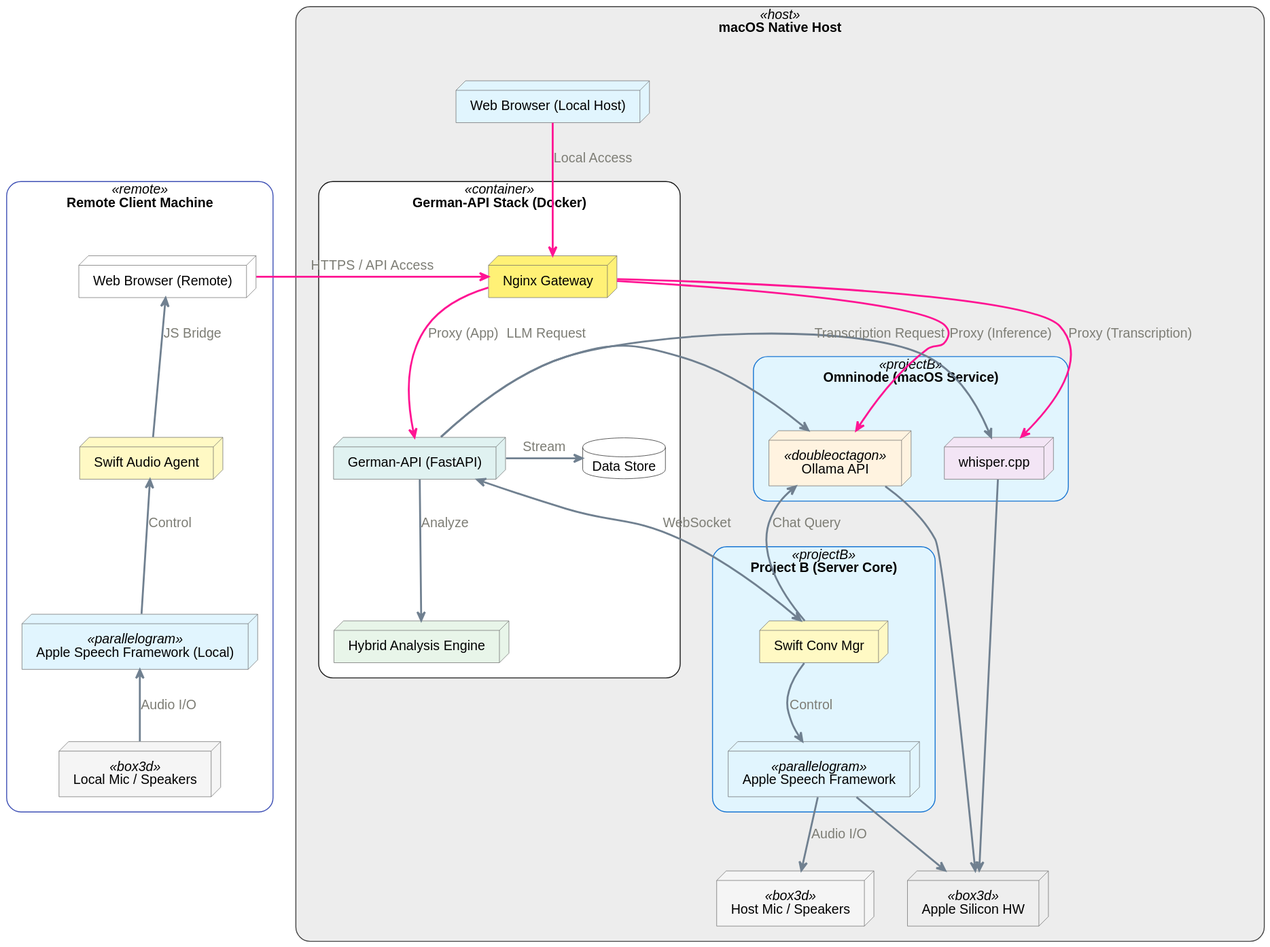
mi-parkes/visualization keeps this PlantUML diagram as plantuml/OmniLingua.svg. Above is the earlier version.
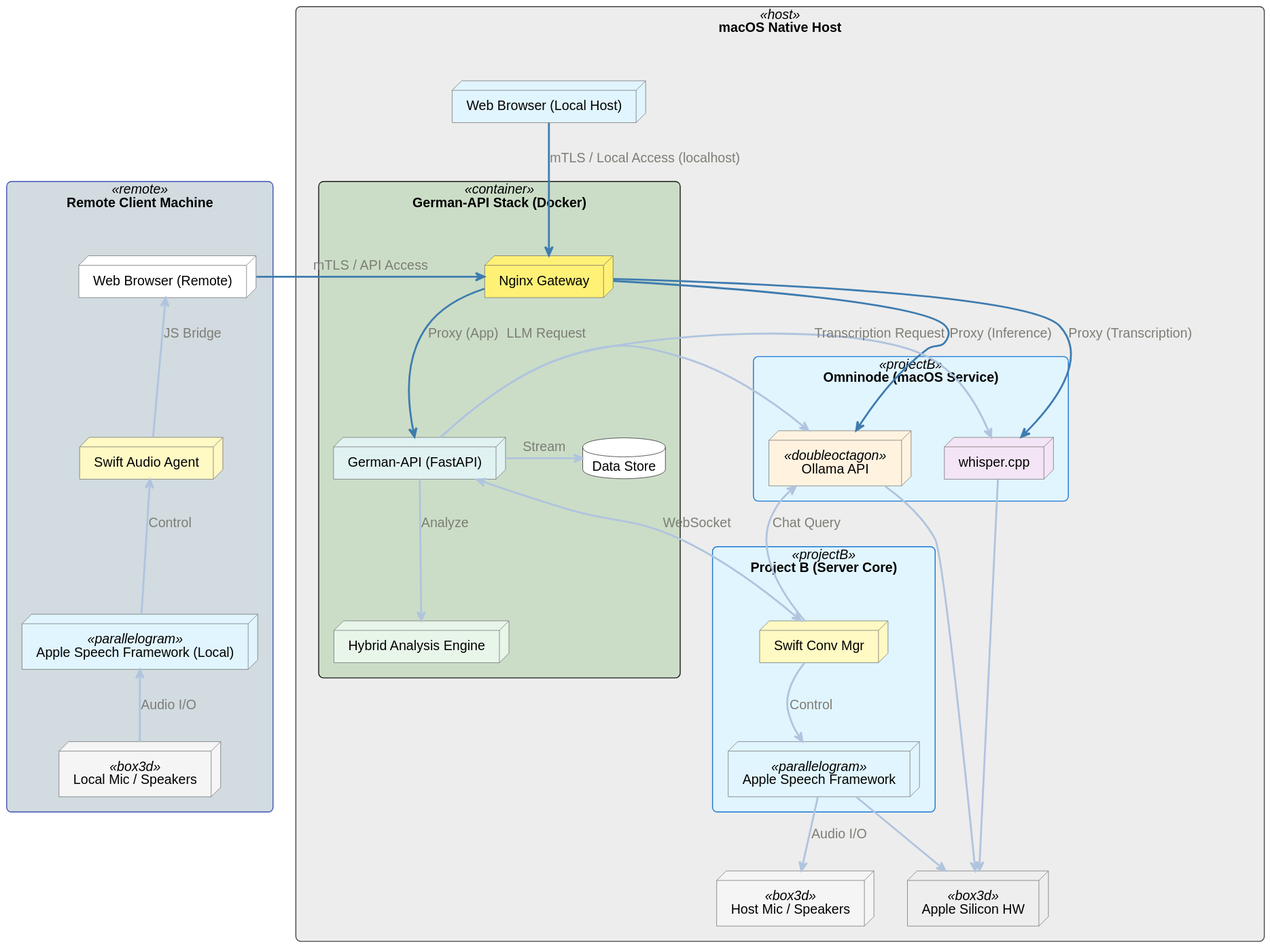
Above is the later version.

Commit message:
docs: update OmniLingua diagram with mTLS Nginx Gateway setup

Diff of the diagram source:
```diff
@@ -1,15 +1,15 @@
 @startuml
 !pragma svgMetadata false
 
-!$icolor = "#SlateGrey"
+!$icolor = "#LightSteelBlue"
 
 skinparam backgroundcolor transparent
 skinparam shadowing false
-skinparam roundCorner 30
+skinparam roundCorner 10
 skinparam DefaultFontName Helvetica
 
 skinparam arrow {
-    Color #DeepPink
+    Color #3e7caf
     Thickness 2
     FontColor #7d7d75
     FontSize 14
@@ -38,7 +38,7 @@
 }
 
 
-rectangle "Remote Client Machine" <<remote>> #white {
+rectangle "Remote Client Machine" <<remote>> #d1dbe0 {
     node "Web Browser (Remote)" as RemoteClient #FFFFFF
     node "Swift Audio Agent" as ClientAgent #FFF9C4
     node "Apple Speech Framework (Local)" as ClientSpeech <<parallelogram>> #E1F5FE
@@ -53,7 +53,7 @@
 
     node "Web Browser (Local Host)" as LocalBrowser #E1F5FE
 
-    rectangle "German-API Stack (Docker)" <<container>> #white {
+    rectangle "German-API Stack (Docker)" <<container>> #cbddc7 {
         node "Nginx Gateway" as Nginx #FFF176
         node "German-API (FastAPI)" as GermanAPI #E0F2F1
         node "Hybrid Analysis Engine" as HybridEngine #E8F5E9
@@ -77,8 +77,8 @@
 }
 
 
-RemoteClient -right-> Nginx : HTTPS / API Access
-LocalBrowser -down-> Nginx : Local Access
+RemoteClient -right-> Nginx : mTLS / API Access
+LocalBrowser -down-> Nginx : mTLS / Local Access (localhost)
 
 Nginx -right-> Whisper : Proxy (Transcription)
 Nginx -right-> Ollama : Proxy (Inference)
```
